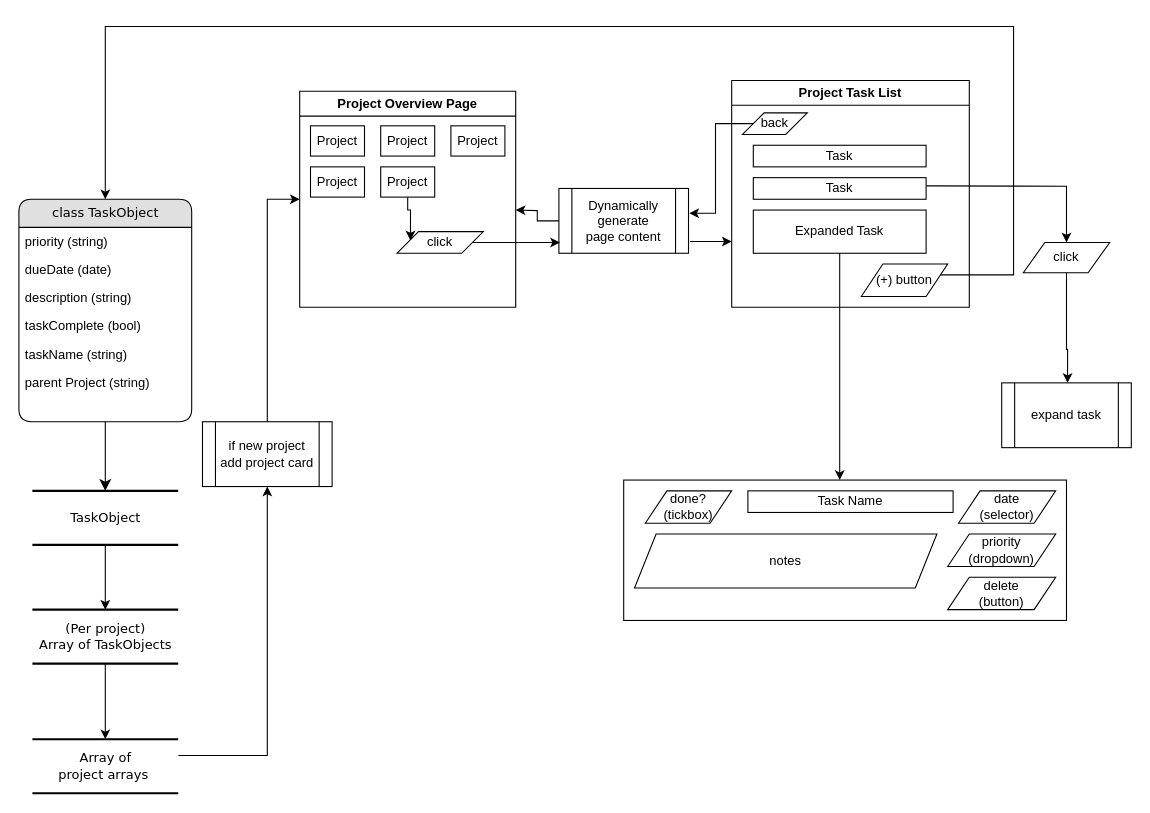
Earlier version of the draw.io diagram flowchart.drawio (sykul/Todo-List). Source tidied: cells renumbered, new cells numbered last; positions are measured from the earlier drawing's top-left corner, leaving out a move shared by most shapes. Both pictures are drawn from the tidied source at 108%, with x=0, y=0 at pixel (18, 26).
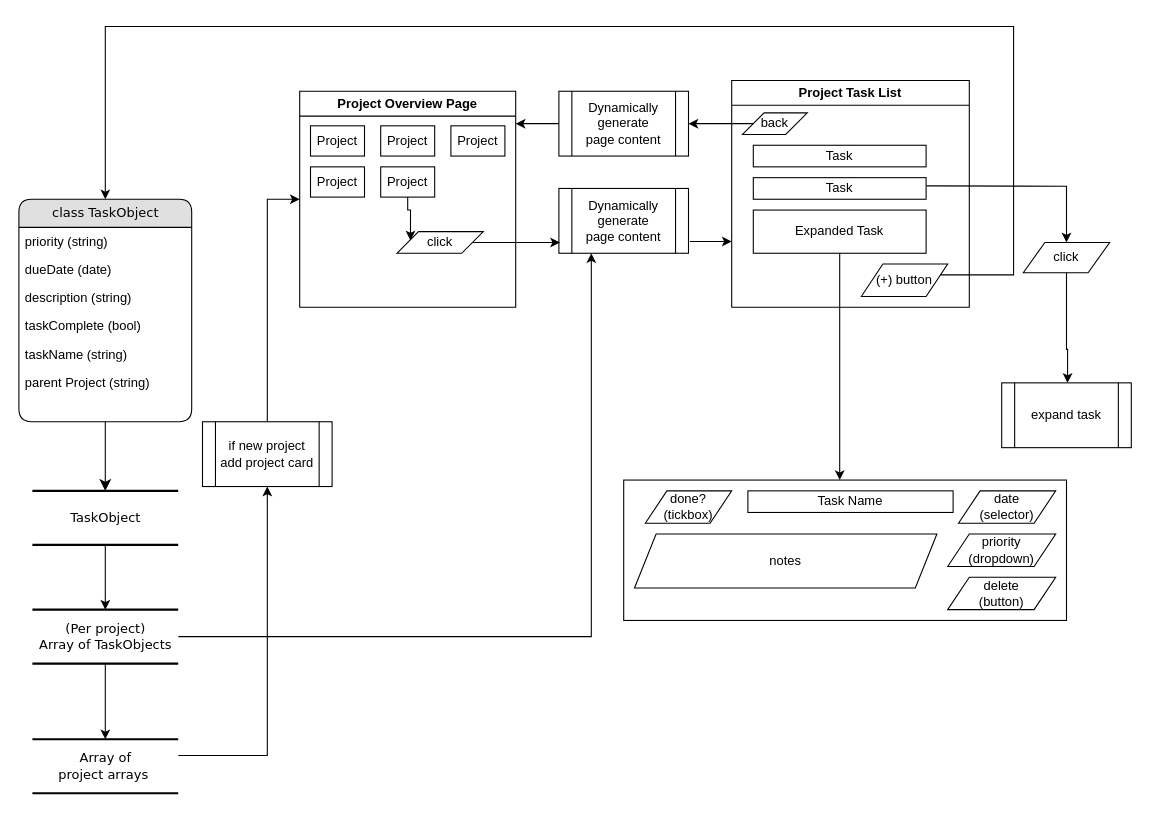
Above is the later version.

The change refers to these unchanged cells:
```xml
<mxCell id="13" value="&lt;div&gt;(Per project)&lt;/div&gt;Array of TaskObjects" style="html=1;rounded=0;shadow=0;comic=0;labelBackgroundColor=none;strokeWidth=2;fontFamily=Verdana;fontSize=12;align=center;shape=mxgraph.ios7ui.horLines;" parent="1" vertex="1">
  <mxGeometry x="12.5" y="540" width="135" height="50" as="geometry" />
</mxCell>
<mxCell id="28" value="back" style="shape=parallelogram;perimeter=parallelogramPerimeter;whiteSpace=wrap;html=1;fixedSize=1;" parent="23" vertex="1">
  <mxGeometry x="10" y="30" width="60" height="20" as="geometry" />
</mxCell>
<mxCell id="46" value="Dynamically&lt;div&gt;generate&lt;/div&gt;&lt;div&gt;page content&lt;/div&gt;" style="shape=process;whiteSpace=wrap;html=1;backgroundOutline=1;" parent="1" vertex="1">
  <mxGeometry x="500" y="150" width="120" height="60" as="geometry" />
</mxCell>
```

The edit, as a diff of the source:
```diff
@@
+    <mxCell id="50" style="edgeStyle=orthogonalEdgeStyle;rounded=0;jettySize=auto;html=1;entryX=0.25;entryY=1;entryDx=0;entryDy=0;" parent="1" edge="1" source="13" target="46">
+      <mxGeometry relative="1" as="geometry" />
+    </mxCell>
@@
-    <mxCell id="45" style="edgeStyle=orthogonalEdgeStyle;rounded=0;jettySize=auto;html=1;" parent="1" edge="1" source="46">
+    <mxCell id="45" style="edgeStyle=orthogonalEdgeStyle;rounded=0;jettySize=auto;html=1;exitX=0;exitY=0.5;exitDx=0;exitDy=0;" parent="1" edge="1" source="51">
       <mxGeometry relative="1" as="geometry">
-        <mxPoint x="460" y="170" as="targetPoint" />
+        <mxPoint x="460" y="90" as="targetPoint" />
+        <Array as="points">
+          <mxPoint x="490" y="90" />
+          <mxPoint x="490" y="90" />
+        </Array>
       </mxGeometry>
     </mxCell>
@@
-    <mxCell id="48" style="edgeStyle=orthogonalEdgeStyle;rounded=0;jettySize=auto;html=1;entryX=1.006;entryY=0.383;entryDx=0;entryDy=0;entryPerimeter=0;" parent="1" edge="1" source="28" target="46">
+    <mxCell id="48" style="edgeStyle=orthogonalEdgeStyle;rounded=0;jettySize=auto;html=1;entryX=1;entryY=0.5;entryDx=0;entryDy=0;" parent="1" edge="1" source="28" target="51">
       <mxGeometry relative="1" as="geometry" />
     </mxCell>
@@
+    <mxCell id="51" value="Dynamically&lt;div&gt;generate&lt;/div&gt;&lt;div&gt;page content&lt;/div&gt;" style="shape=process;whiteSpace=wrap;html=1;backgroundOutline=1;" parent="1" vertex="1">
+      <mxGeometry x="500" y="60" width="120" height="60" as="geometry" />
+    </mxCell>
```
